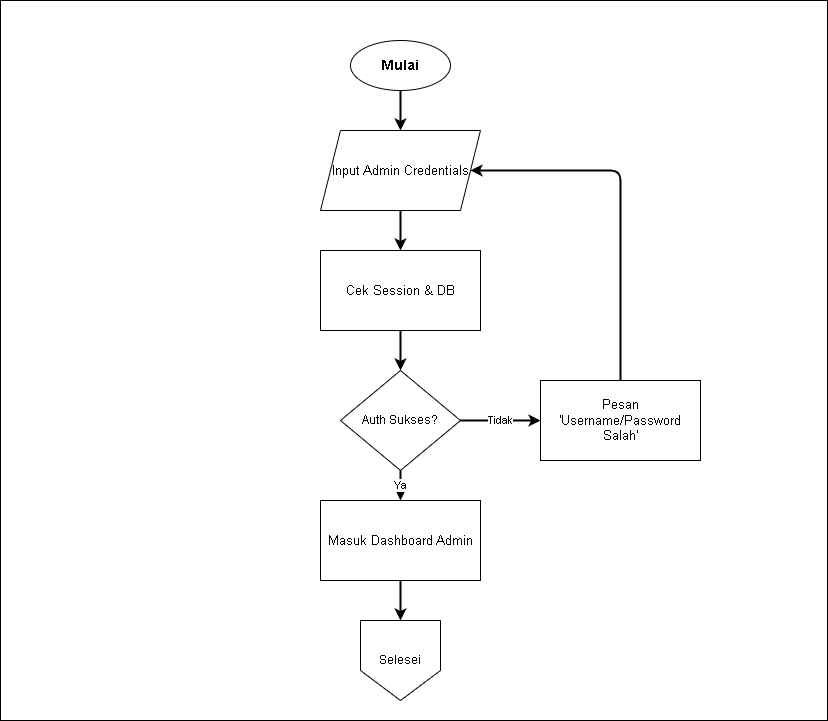
Before: diagram/flowchart/admin_login.png, a diagram exported from draw.io (Jinsky/Jinsky). Source tidied: cells renumbered, new cells last; positions are measured from the earlier drawing's top-left corner, leaving out a move shared by most shapes.
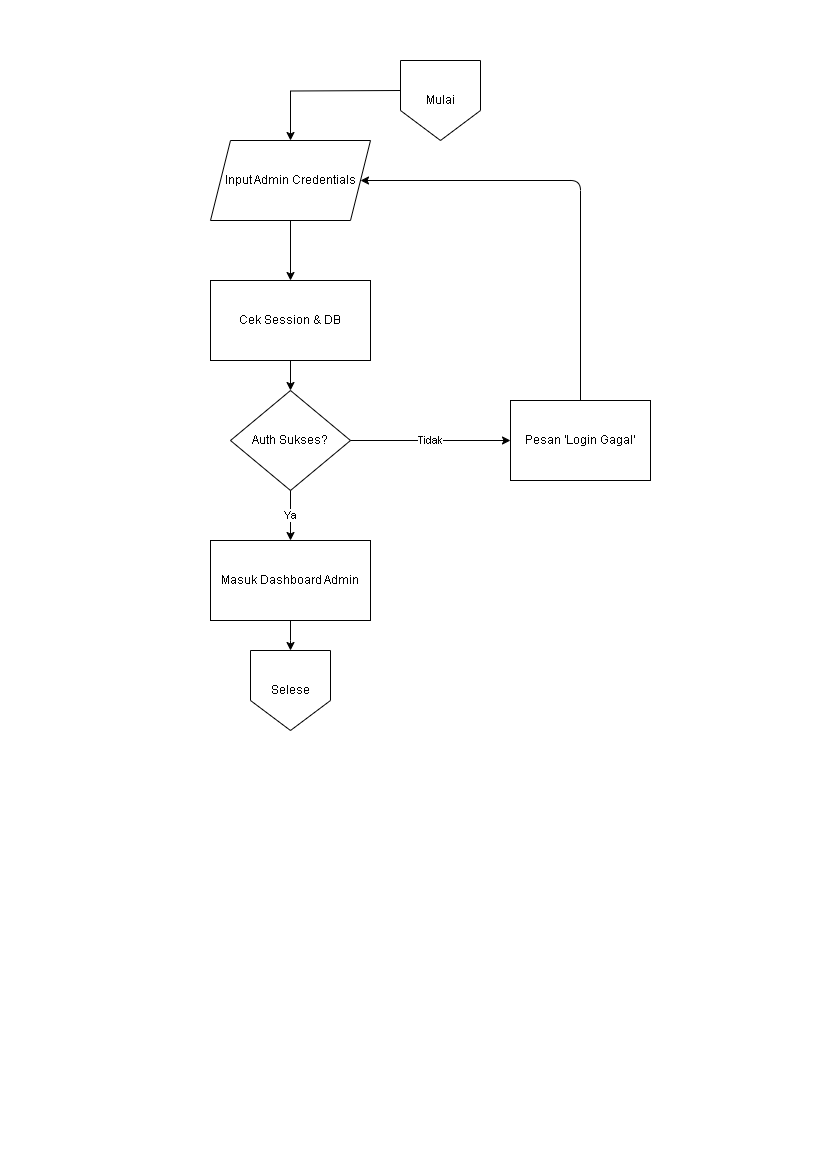
The same diagram one commit later.

Commit message:
fix: update admin login flowchart for improved clarity and structure

Diff of the diagram source:
```diff
@@ -2,56 +2,58 @@
   <root>
     <mxCell id="0" />
     <mxCell id="1" parent="0" />
-    <mxCell id="2" style="rounded=0;whiteSpace=wrap;html=1;" parent="1" vertex="1">
-      <mxGeometry width="827" height="720" as="geometry" />
+    <mxCell id="2" style="rounded=0;whiteSpace=wrap;html=1;fillColor=#ffffff;strokeColor=none;" parent="1" vertex="1">
+      <mxGeometry width="827" height="1169" as="geometry" />
     </mxCell>
+    <mxCell id="8" style="edgeStyle=none;html=1;" parent="1" edge="1" source="17" target="3">
+      <mxGeometry relative="1" as="geometry" />
+    </mxCell>
+    <mxCell id="17" value="Input Admin Credentials" style="shape=parallelogram;perimeter=parallelogramPerimeter;whiteSpace=wrap;html=1;fixedSize=1;fontSize=12;fillColor=#ffffff;strokeColor=#000000;" parent="1" vertex="1">
+      <mxGeometry x="210" y="140" width="160" height="80" as="geometry" />
+    </mxCell>
-    <mxCell id="3" value="Mulai" style="ellipse;whiteSpace=wrap;html=1;fontStyle=1;fontSize=14;" parent="1" vertex="1">
-      <mxGeometry x="350" y="40" width="100" height="50" as="geometry" />
+    <mxCell id="3" value="Cek Session &amp; DB" style="rounded=0;whiteSpace=wrap;html=1;fontSize=12;fillColor=#ffffff;strokeColor=#000000;" parent="1" vertex="1">
+      <mxGeometry x="210" y="280" width="160" height="80" as="geometry" />
     </mxCell>
-    <mxCell id="4" value="Input Admin Credentials" style="shape=parallelogram;perimeter=parallelogramPerimeter;whiteSpace=wrap;html=1;fixedSize=1;fontSize=13;" parent="1" vertex="1">
-      <mxGeometry x="320" y="130" width="160" height="80" as="geometry" />
+    <mxCell id="4" value="Auth Sukses?" style="rhombus;whiteSpace=wrap;html=1;fontSize=12;fillColor=#ffffff;strokeColor=#000000;" parent="1" vertex="1">
+      <mxGeometry x="230" y="390" width="120" height="100" as="geometry" />
     </mxCell>
-    <mxCell id="5" value="Cek Session &amp; DB" style="rounded=0;whiteSpace=wrap;html=1;fontSize=13;" parent="1" vertex="1">
-      <mxGeometry x="320" y="250" width="160" height="80" as="geometry" />
+    <mxCell id="5" value="Masuk Dashboard Admin" style="rounded=0;whiteSpace=wrap;html=1;fontSize=12;fillColor=#ffffff;strokeColor=#000000;" parent="1" vertex="1">
+      <mxGeometry x="210" y="540" width="160" height="80" as="geometry" />
     </mxCell>
+    <mxCell id="18" style="edgeStyle=orthogonalEdgeStyle;html=1;entryX=1;entryY=0.5;entryDx=0;entryDy=0;exitX=0.5;exitY=0;exitDx=0;exitDy=0;" parent="1" edge="1" source="6" target="17">
+      <mxGeometry relative="1" as="geometry">
+        <Array as="points">
+          <mxPoint x="580" y="180" />
+        </Array>
+      </mxGeometry>
+    </mxCell>
-    <mxCell id="6" value="Auth Sukses?" style="rhombus;whiteSpace=wrap;html=1;fontSize=12;" parent="1" vertex="1">
-      <mxGeometry x="340" y="370" width="120" height="100" as="geometry" />
+    <mxCell id="6" value="Pesan 'Login Gagal'" style="rounded=0;whiteSpace=wrap;html=1;fontSize=12;fillColor=#ffffff;strokeColor=#000000;" parent="1" vertex="1">
+      <mxGeometry x="510" y="400" width="140" height="80" as="geometry" />
     </mxCell>
-    <mxCell id="7" value="Masuk Dashboard Admin" style="rounded=0;whiteSpace=wrap;html=1;fontSize=13;" parent="1" vertex="1">
-      <mxGeometry x="320" y="500" width="160" height="80" as="geometry" />
-    </mxCell>
-    <mxCell id="8" value="Pesan 'Username/Password Salah'" style="rounded=0;whiteSpace=wrap;html=1;fontSize=13;" parent="1" vertex="1">
-      <mxGeometry x="540" y="380" width="160" height="80" as="geometry" />
-    </mxCell>
+    <mxCell id="19" style="edgeStyle=orthogonalEdgeStyle;rounded=0;jettySize=auto;html=1;strokeColor=#000000;fontSize=11;" parent="1" edge="1" target="17">
+      <mxGeometry relative="1" as="geometry">
+        <mxPoint x="400" y="90" as="sourcePoint" />
+      </mxGeometry>
+    </mxCell>
-    <mxCell id="9" style="edgeStyle=orthogonalEdgeStyle;rounded=1;jettySize=auto;html=1;strokeWidth=2;fontSize=11;" parent="1" edge="1" source="3" target="4">
+    <mxCell id="9" style="edgeStyle=orthogonalEdgeStyle;rounded=0;jettySize=auto;html=1;strokeColor=#000000;fontSize=11;" parent="1" edge="1" source="3" target="4">
       <mxGeometry relative="1" as="geometry" />
     </mxCell>
-    <mxCell id="10" style="edgeStyle=orthogonalEdgeStyle;rounded=1;jettySize=auto;html=1;strokeWidth=2;fontSize=11;" parent="1" edge="1" source="4" target="5">
-      <mxGeometry relative="1" as="geometry" />
-    </mxCell>
-    <mxCell id="11" style="edgeStyle=orthogonalEdgeStyle;rounded=1;jettySize=auto;html=1;strokeWidth=2;fontSize=11;" parent="1" edge="1" source="5" target="6">
-      <mxGeometry relative="1" as="geometry" />
-    </mxCell>
-    <mxCell id="12" value="Ya" style="edgeStyle=orthogonalEdgeStyle;rounded=1;jettySize=auto;html=1;strokeWidth=2;fontSize=11;" parent="1" edge="1" source="6" target="7">
+    <mxCell id="12" value="Ya" style="edgeStyle=orthogonalEdgeStyle;rounded=0;jettySize=auto;html=1;strokeColor=#000000;fontSize=11;" parent="1" edge="1" source="4" target="5">
       <mxGeometry relative="1" as="geometry" />
     </mxCell>
-    <mxCell id="13" value="Tidak" style="edgeStyle=orthogonalEdgeStyle;rounded=1;jettySize=auto;html=1;strokeWidth=2;fontSize=11;" parent="1" edge="1" source="6" target="8">
+    <mxCell id="13" value="Tidak" style="edgeStyle=orthogonalEdgeStyle;rounded=0;jettySize=auto;html=1;strokeColor=#000000;fontSize=11;" parent="1" edge="1" source="4" target="6">
       <mxGeometry relative="1" as="geometry" />
     </mxCell>
-    <mxCell id="14" style="edgeStyle=orthogonalEdgeStyle;rounded=1;jettySize=auto;html=1;strokeWidth=2;fontSize=11;exitX=0.5;exitY=0;exitDx=0;exitDy=0;entryX=1;entryY=0.5;entryDx=0;entryDy=0;" parent="1" edge="1" source="8" target="4">
-      <mxGeometry relative="1" as="geometry">
-        <Array as="points">
-          <mxPoint x="620" y="170" />
-        </Array>
-      </mxGeometry>
-    </mxCell>
-    <mxCell id="15" style="edgeStyle=orthogonalEdgeStyle;rounded=1;jettySize=auto;html=1;strokeWidth=2;fontSize=11;" parent="1" edge="1" source="7">
-      <mxGeometry relative="1" as="geometry">
-        <mxPoint x="400" y="620" as="targetPoint" />
-      </mxGeometry>
-    </mxCell>
-    <mxCell id="16" value="Selesei" style="shape=offPageConnector;whiteSpace=wrap;html=1;" parent="1" vertex="1">
-      <mxGeometry x="360" y="620" width="80" height="80" as="geometry" />
-    </mxCell>
+    <mxCell id="20" style="edgeStyle=orthogonalEdgeStyle;rounded=0;jettySize=auto;html=1;strokeColor=#000000;fontSize=11;" parent="1" edge="1" source="5">
+      <mxGeometry relative="1" as="geometry">
+        <mxPoint x="290" y="650" as="targetPoint" />
+      </mxGeometry>
+    </mxCell>
+    <mxCell id="21" value="Mulai" style="shape=offPageConnector;whiteSpace=wrap;html=1;" parent="1" vertex="1">
+      <mxGeometry x="400" y="60" width="80" height="80" as="geometry" />
+    </mxCell>
+    <mxCell id="22" value="Selese" style="shape=offPageConnector;whiteSpace=wrap;html=1;" parent="1" vertex="1">
+      <mxGeometry x="250" y="650" width="80" height="80" as="geometry" />
+    </mxCell>
   </root>
 </mxGraphModel>
```
